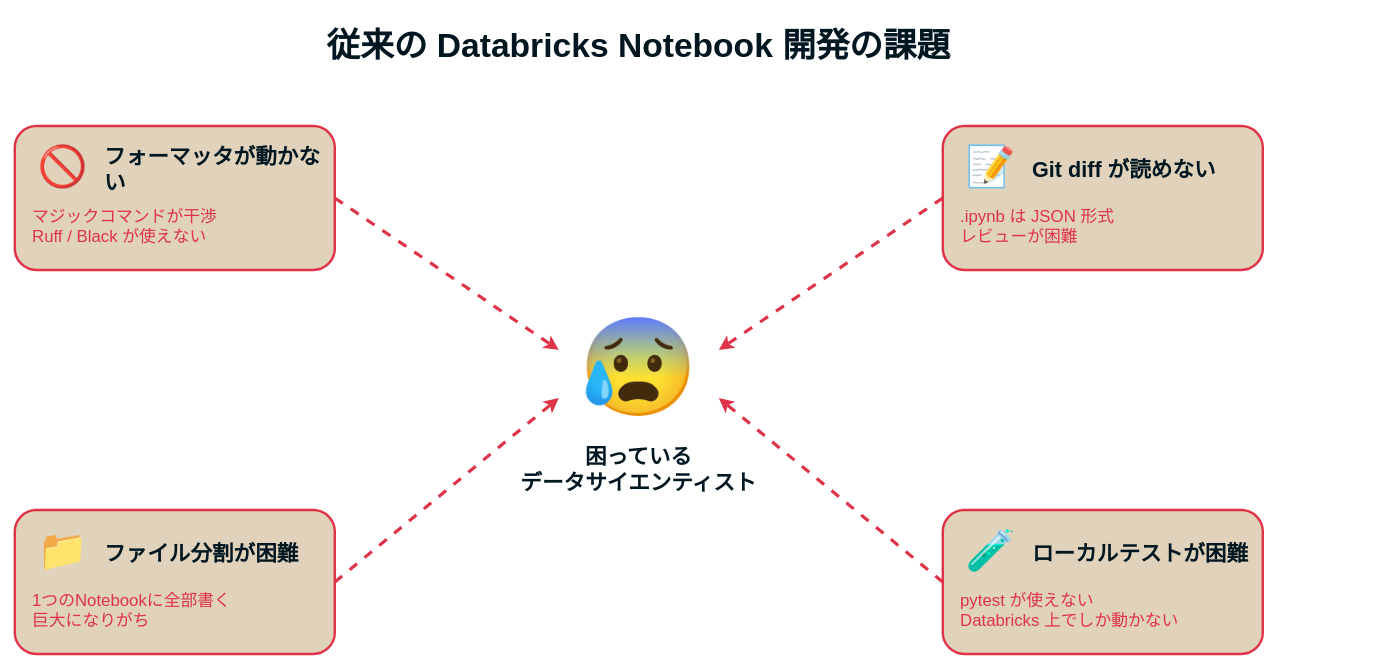
This is assets/2025-12-xx-ai-ready-databricks/notebook-challenges.drawio from i9wa4/i9wa4.github.io, a draw.io file, before an edit. Source tidied: cells renumbered, new cells numbered last; positions are measured from the earlier drawing's top-left corner, leaving out a move shared by most shapes. Both pictures are drawn from the tidied source at 80%, with x=0, y=0 at pixel (14, 14).
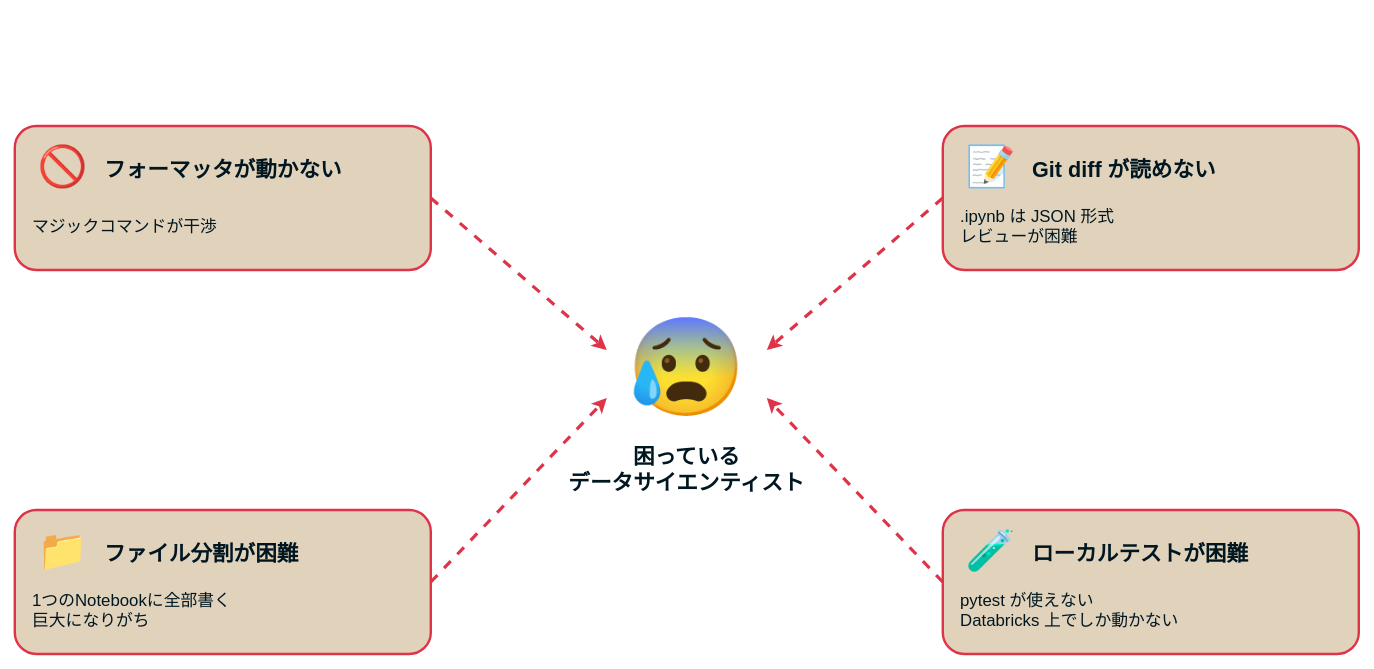
After the change.

Change to the diagram source:
```diff
@@
-    <mxCell id="2" value="従来の Databricks Notebook 開発の課題" style="text;html=1;strokeColor=none;fillColor=none;align=center;verticalAlign=middle;whiteSpace=wrap;rounded=0;fontSize=42;fontStyle=1;fontColor=#001722;" parent="1" vertex="1">
-      <mxGeometry x="280" width="1000" height="80" as="geometry" />
-    </mxCell>
     <mxCell id="3" value="😰" style="text;html=1;strokeColor=none;fillColor=none;align=center;verticalAlign=middle;whiteSpace=wrap;rounded=0;fontSize=120;" parent="1" vertex="1">
-      <mxGeometry x="680" y="360" width="200" height="160" as="geometry" />
+      <mxGeometry x="740" y="360" width="200" height="160" as="geometry" />
     </mxCell>
-    <mxCell id="4" value="困っている&lt;br&gt;データサイエンティスト" style="text;html=1;strokeColor=none;fillColor=none;align=center;verticalAlign=middle;whiteSpace=wrap;rounded=0;fontSize=27;fontStyle=1;fontColor=#001722;" parent="1" vertex="1">
-      <mxGeometry x="600" y="530" width="360" height="80" as="geometry" />
+    <mxCell id="4" value="困っている&lt;br&gt;データサイエンティスト" style="text;html=1;strokeColor=none;fillColor=none;align=center;verticalAlign=middle;whiteSpace=wrap;rounded=0;fontSize=27;fontStyle=1;fontColor=#001722;fontFamily=Zen Kaku Gothic New;" parent="1" vertex="1">
+      <mxGeometry x="660" y="530" width="360" height="80" as="geometry" />
     </mxCell>
     <mxCell id="5" style="rounded=1;whiteSpace=wrap;html=1;fillColor=#e1d2bb;strokeColor=#df3348;strokeWidth=3;" parent="1" vertex="1">
-      <mxGeometry y="140" width="400" height="180" as="geometry" />
+      <mxGeometry y="140" width="520" height="180" as="geometry" />
     </mxCell>
@@
-    <mxCell id="7" value="フォーマッタが動かない" style="text;html=1;strokeColor=none;fillColor=none;align=left;verticalAlign=middle;whiteSpace=wrap;rounded=0;fontSize=27;fontStyle=1;fontColor=#001722;" parent="1" vertex="1">
-      <mxGeometry x="110" y="170" width="280" height="50" as="geometry" />
+    <mxCell id="7" value="フォーマッタが動かない" style="text;html=1;strokeColor=none;fillColor=none;align=left;verticalAlign=middle;whiteSpace=wrap;rounded=0;fontSize=27;fontStyle=1;fontColor=#001722;fontFamily=Zen Kaku Gothic New;" parent="1" vertex="1">
+      <mxGeometry x="110" y="170" width="400" height="50" as="geometry" />
     </mxCell>
-    <mxCell id="8" value="マジックコマンドが干渉&lt;br&gt;Ruff / Black が使えない" style="text;html=1;strokeColor=none;fillColor=none;align=left;verticalAlign=middle;whiteSpace=wrap;rounded=0;fontSize=21;fontColor=#df3348;" parent="1" vertex="1">
-      <mxGeometry x="20" y="230" width="360" height="70" as="geometry" />
+    <mxCell id="8" value="マジックコマンドが干渉" style="text;html=1;strokeColor=none;fillColor=none;align=left;verticalAlign=middle;whiteSpace=wrap;rounded=0;fontSize=21;fontColor=#001722;fontFamily=Zen Kaku Gothic New;" parent="1" vertex="1">
+      <mxGeometry x="20" y="230" width="480" height="70" as="geometry" />
     </mxCell>
     <mxCell id="9" style="rounded=1;whiteSpace=wrap;html=1;fillColor=#e1d2bb;strokeColor=#df3348;strokeWidth=3;" parent="1" vertex="1">
-      <mxGeometry y="620" width="400" height="180" as="geometry" />
+      <mxGeometry y="620" width="520" height="180" as="geometry" />
     </mxCell>
@@
-    <mxCell id="11" value="ファイル分割が困難" style="text;html=1;strokeColor=none;fillColor=none;align=left;verticalAlign=middle;whiteSpace=wrap;rounded=0;fontSize=27;fontStyle=1;fontColor=#001722;" parent="1" vertex="1">
-      <mxGeometry x="110" y="650" width="280" height="50" as="geometry" />
+    <mxCell id="11" value="ファイル分割が困難" style="text;html=1;strokeColor=none;fillColor=none;align=left;verticalAlign=middle;whiteSpace=wrap;rounded=0;fontSize=27;fontStyle=1;fontColor=#001722;fontFamily=Zen Kaku Gothic New;" parent="1" vertex="1">
+      <mxGeometry x="110" y="650" width="400" height="50" as="geometry" />
     </mxCell>
-    <mxCell id="12" value="1つのNotebookに全部書く&lt;br&gt;巨大になりがち" style="text;html=1;strokeColor=none;fillColor=none;align=left;verticalAlign=middle;whiteSpace=wrap;rounded=0;fontSize=21;fontColor=#df3348;" parent="1" vertex="1">
-      <mxGeometry x="20" y="710" width="360" height="70" as="geometry" />
+    <mxCell id="12" value="1つのNotebookに全部書く&lt;br&gt;巨大になりがち" style="text;html=1;strokeColor=none;fillColor=none;align=left;verticalAlign=middle;whiteSpace=wrap;rounded=0;fontSize=21;fontColor=#001722;fontFamily=Zen Kaku Gothic New;" parent="1" vertex="1">
+      <mxGeometry x="20" y="710" width="480" height="70" as="geometry" />
     </mxCell>
     <mxCell id="13" style="rounded=1;whiteSpace=wrap;html=1;fillColor=#e1d2bb;strokeColor=#df3348;strokeWidth=3;" parent="1" vertex="1">
-      <mxGeometry x="1160" y="140" width="400" height="180" as="geometry" />
+      <mxGeometry x="1160" y="140" width="520" height="180" as="geometry" />
     </mxCell>
@@
-    <mxCell id="15" value="Git diff が読めない" style="text;html=1;strokeColor=none;fillColor=none;align=left;verticalAlign=middle;whiteSpace=wrap;rounded=0;fontSize=27;fontStyle=1;fontColor=#001722;" parent="1" vertex="1">
-      <mxGeometry x="1270" y="170" width="280" height="50" as="geometry" />
+    <mxCell id="15" value="Git diff が読めない" style="text;html=1;strokeColor=none;fillColor=none;align=left;verticalAlign=middle;whiteSpace=wrap;rounded=0;fontSize=27;fontStyle=1;fontColor=#001722;fontFamily=Zen Kaku Gothic New;" parent="1" vertex="1">
+      <mxGeometry x="1270" y="170" width="400" height="50" as="geometry" />
     </mxCell>
-    <mxCell id="16" value=".ipynb は JSON 形式&lt;br&gt;レビューが困難" style="text;html=1;strokeColor=none;fillColor=none;align=left;verticalAlign=middle;whiteSpace=wrap;rounded=0;fontSize=21;fontColor=#df3348;" parent="1" vertex="1">
-      <mxGeometry x="1180" y="230" width="360" height="70" as="geometry" />
+    <mxCell id="16" value=".ipynb は JSON 形式&lt;br&gt;レビューが困難" style="text;html=1;strokeColor=none;fillColor=none;align=left;verticalAlign=middle;whiteSpace=wrap;rounded=0;fontSize=21;fontColor=#001722;fontFamily=Zen Kaku Gothic New;" parent="1" vertex="1">
+      <mxGeometry x="1180" y="230" width="480" height="70" as="geometry" />
     </mxCell>
     <mxCell id="17" style="rounded=1;whiteSpace=wrap;html=1;fillColor=#e1d2bb;strokeColor=#df3348;strokeWidth=3;" parent="1" vertex="1">
-      <mxGeometry x="1160" y="620" width="400" height="180" as="geometry" />
+      <mxGeometry x="1160" y="620" width="520" height="180" as="geometry" />
     </mxCell>
@@
-    <mxCell id="19" value="ローカルテストが困難" style="text;html=1;strokeColor=none;fillColor=none;align=left;verticalAlign=middle;whiteSpace=wrap;rounded=0;fontSize=27;fontStyle=1;fontColor=#001722;" parent="1" vertex="1">
-      <mxGeometry x="1270" y="650" width="280" height="50" as="geometry" />
+    <mxCell id="19" value="ローカルテストが困難" style="text;html=1;strokeColor=none;fillColor=none;align=left;verticalAlign=middle;whiteSpace=wrap;rounded=0;fontSize=27;fontStyle=1;fontColor=#001722;fontFamily=Zen Kaku Gothic New;" parent="1" vertex="1">
+      <mxGeometry x="1270" y="650" width="400" height="50" as="geometry" />
     </mxCell>
-    <mxCell id="20" value="pytest が使えない&lt;br&gt;Databricks 上でしか動かない" style="text;html=1;strokeColor=none;fillColor=none;align=left;verticalAlign=middle;whiteSpace=wrap;rounded=0;fontSize=21;fontColor=#df3348;" parent="1" vertex="1">
-      <mxGeometry x="1180" y="710" width="360" height="70" as="geometry" />
+    <mxCell id="20" value="pytest が使えない&lt;br&gt;Databricks 上でしか動かない" style="text;html=1;strokeColor=none;fillColor=none;align=left;verticalAlign=middle;whiteSpace=wrap;rounded=0;fontSize=21;fontColor=#001722;fontFamily=Zen Kaku Gothic New;" parent="1" vertex="1">
+      <mxGeometry x="1180" y="710" width="480" height="70" as="geometry" />
     </mxCell>
     <mxCell id="21" style="endArrow=classic;html=1;strokeWidth=4;strokeColor=#df3348;dashed=1;" parent="1" edge="1">
       <mxGeometry relative="1" as="geometry">
-        <mxPoint x="400" y="230" as="sourcePoint" />
-        <mxPoint x="680" y="420" as="targetPoint" />
+        <mxPoint x="520" y="230" as="sourcePoint" />
+        <mxPoint x="740" y="420" as="targetPoint" />
       </mxGeometry>
     </mxCell>
     <mxCell id="22" style="endArrow=classic;html=1;strokeWidth=4;strokeColor=#df3348;dashed=1;" parent="1" edge="1">
       <mxGeometry relative="1" as="geometry">
-        <mxPoint x="400" y="710" as="sourcePoint" />
-        <mxPoint x="680" y="480" as="targetPoint" />
+        <mxPoint x="520" y="710" as="sourcePoint" />
+        <mxPoint x="740" y="480" as="targetPoint" />
       </mxGeometry>
     </mxCell>
     <mxCell id="23" style="endArrow=classic;html=1;strokeWidth=4;strokeColor=#df3348;dashed=1;" parent="1" edge="1">
       <mxGeometry relative="1" as="geometry">
         <mxPoint x="1160" y="230" as="sourcePoint" />
-        <mxPoint x="880" y="420" as="targetPoint" />
+        <mxPoint x="940" y="420" as="targetPoint" />
       </mxGeometry>
     </mxCell>
     <mxCell id="24" style="endArrow=classic;html=1;strokeWidth=4;strokeColor=#df3348;dashed=1;" parent="1" edge="1">
       <mxGeometry relative="1" as="geometry">
         <mxPoint x="1160" y="710" as="sourcePoint" />
-        <mxPoint x="880" y="480" as="targetPoint" />
+        <mxPoint x="940" y="480" as="targetPoint" />
       </mxGeometry>
     </mxCell>
```
